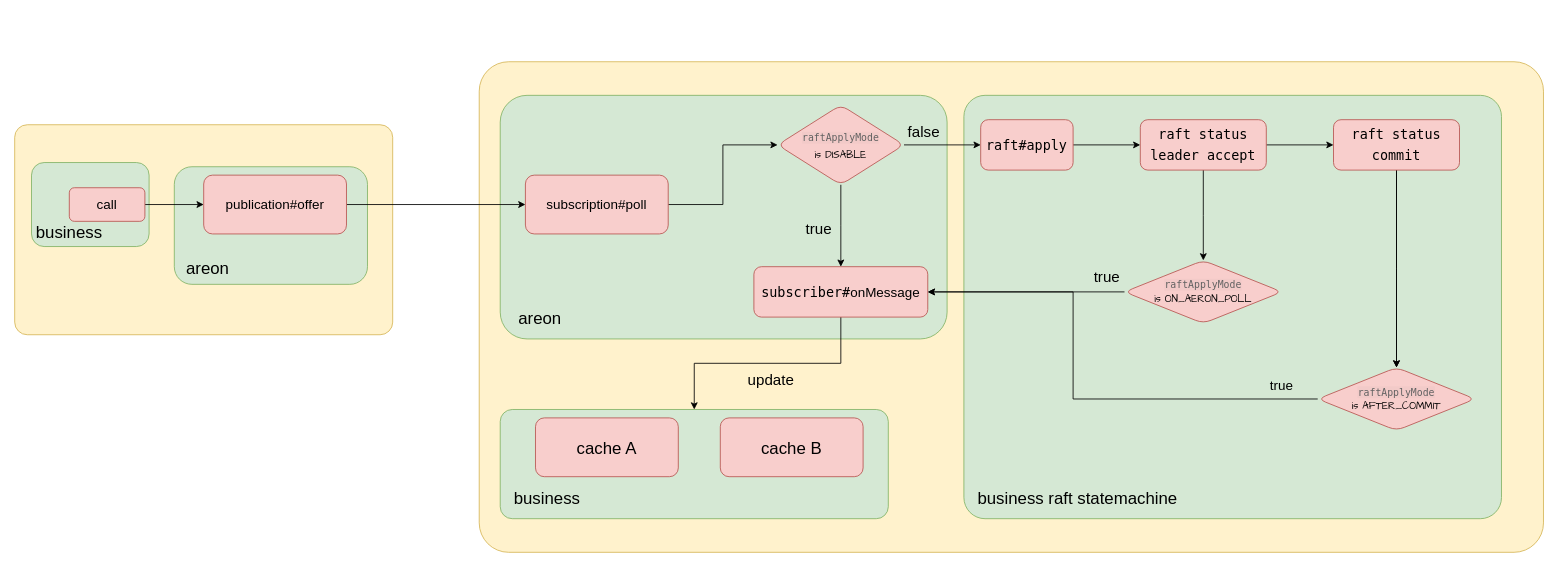
Before: areon_n_raft.drawio in kyleexu/peanuts, a draw.io diagram. Source tidied: cells renumbered, new cells numbered last; positions are measured from the earlier drawing's top-left corner, leaving out a move shared by most shapes. Both pictures are drawn from the tidied source at 84%, with x=0, y=0 at pixel (14, 61).
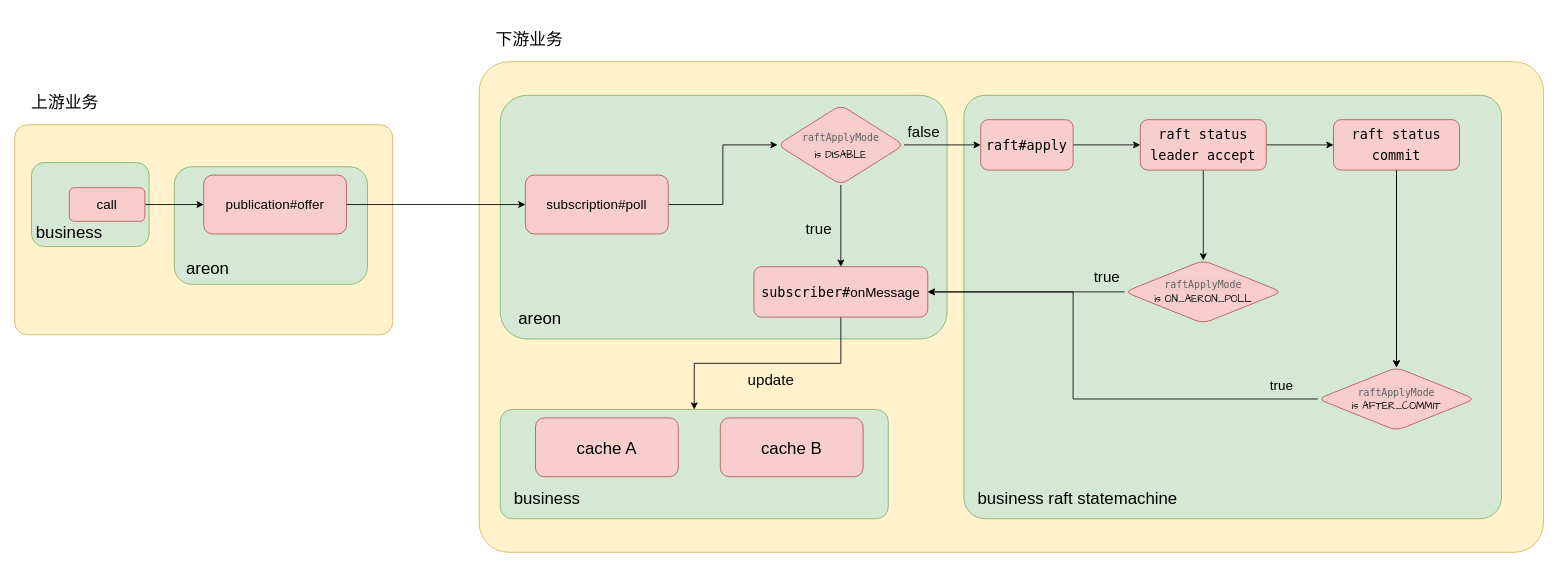
After the change.

What changed in the source:
```diff
@@
+    <mxCell id="44" value="&lt;font style=&quot;font-size: 20px;&quot;&gt;上游业务&lt;/font&gt;" style="text;html=1;strokeColor=none;fillColor=none;align=center;verticalAlign=middle;whiteSpace=wrap;rounded=0;" parent="1" vertex="1">
+      <mxGeometry y="19" width="120" height="56" as="geometry" />
+    </mxCell>
+    <mxCell id="45" value="&lt;font style=&quot;font-size: 20px;&quot;&gt;下游业务&lt;/font&gt;" style="text;html=1;strokeColor=none;fillColor=none;align=center;verticalAlign=middle;whiteSpace=wrap;rounded=0;" parent="1" vertex="1">
+      <mxGeometry x="553" y="-56" width="120" height="56" as="geometry" />
+    </mxCell>
```
